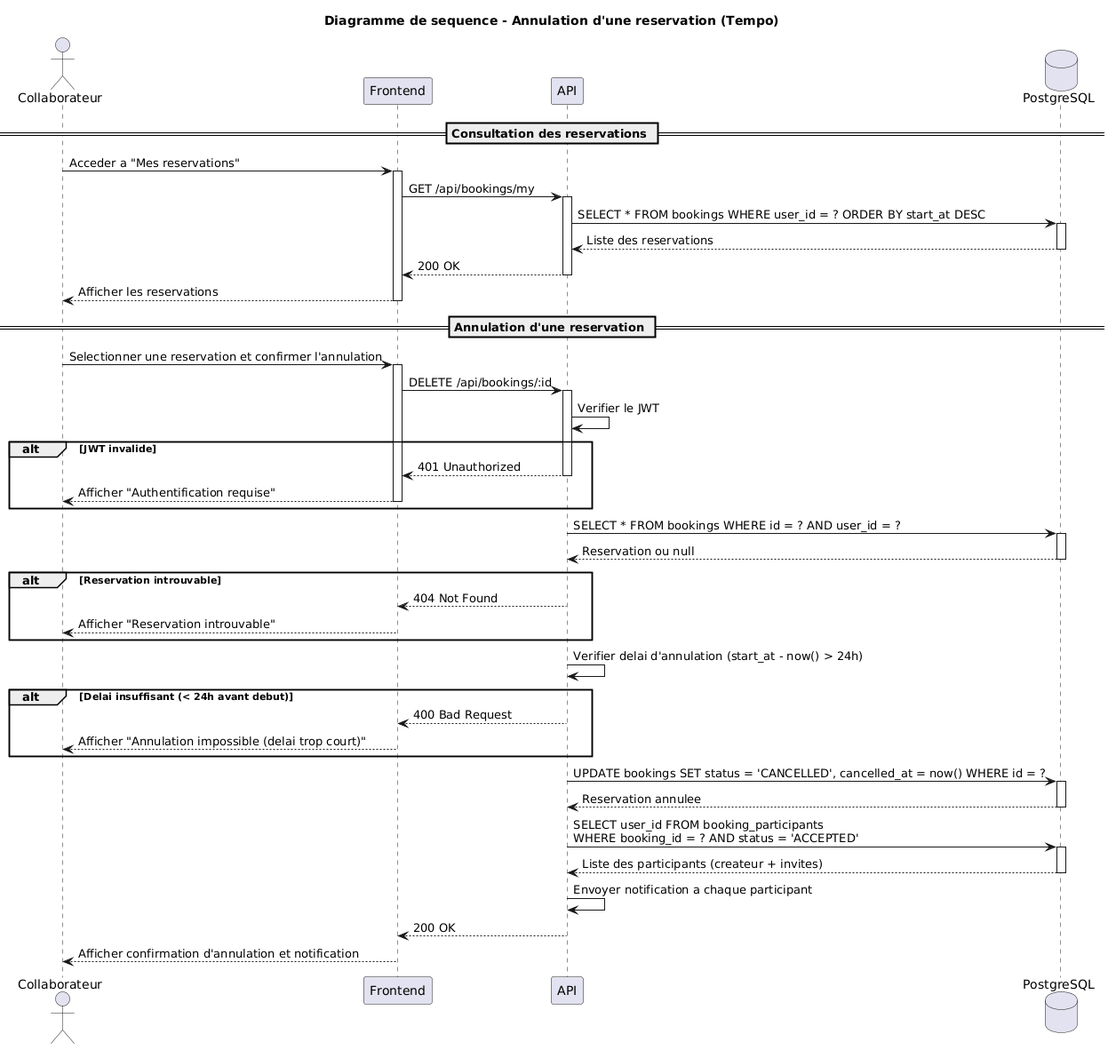
Above: diagrams/sequence diagram - annulation reservation.png in Vaalley/tempo (PlantUML), before the change. Source of this version:
```plantuml
@startuml
title Diagramme de sequence - Annulation d'une reservation (Tempo)

actor "Collaborateur" as User
participant "Frontend" as Frontend
participant "API" as API
database "PostgreSQL" as DB

== Consultation des reservations ==

User -> Frontend : Acceder a "Mes reservations"
activate Frontend

Frontend -> API : GET /api/bookings/my
activate API

API -> DB : SELECT * FROM bookings WHERE user_id = ? ORDER BY start_at DESC
activate DB
DB --> API : Liste des reservations
deactivate DB

API --> Frontend : 200 OK
deactivate API

Frontend --> User : Afficher les reservations
deactivate Frontend

== Annulation d'une reservation ==

User -> Frontend : Selectionner une reservation et confirmer l'annulation
activate Frontend

Frontend -> API : DELETE /api/bookings/:id
activate API

API -> API : Verifier le JWT

alt JWT invalide
    API --> Frontend : 401 Unauthorized
    deactivate API
    Frontend --> User : Afficher "Authentification requise"
    deactivate Frontend
end

API -> DB : SELECT * FROM bookings WHERE id = ? AND user_id = ?
activate DB
DB --> API : Reservation ou null
deactivate DB

alt Reservation introuvable
    API --> Frontend : 404 Not Found
    deactivate API
    Frontend --> User : Afficher "Reservation introuvable"
    deactivate Frontend
end

API -> API : Verifier delai d'annulation (start_at - now() > 24h)

alt Delai insuffisant (< 24h avant debut)
    API --> Frontend : 400 Bad Request
    deactivate API
    Frontend --> User : Afficher "Annulation impossible (delai trop court)"
    deactivate Frontend
end

API -> DB : UPDATE bookings SET status = 'CANCELLED', cancelled_at = now() WHERE id = ?
activate DB
DB --> API : Reservation annulee
deactivate DB

API -> DB : SELECT user_id FROM booking_participants\nWHERE booking_id = ? AND status = 'ACCEPTED'
activate DB
DB --> API : Liste des participants (createur + invites)
deactivate DB

API -> API : Envoyer notification a chaque participant

API --> Frontend : 200 OK
deactivate API

Frontend --> User : Afficher confirmation d'annulation et notification
deactivate Frontend
@enduml
```
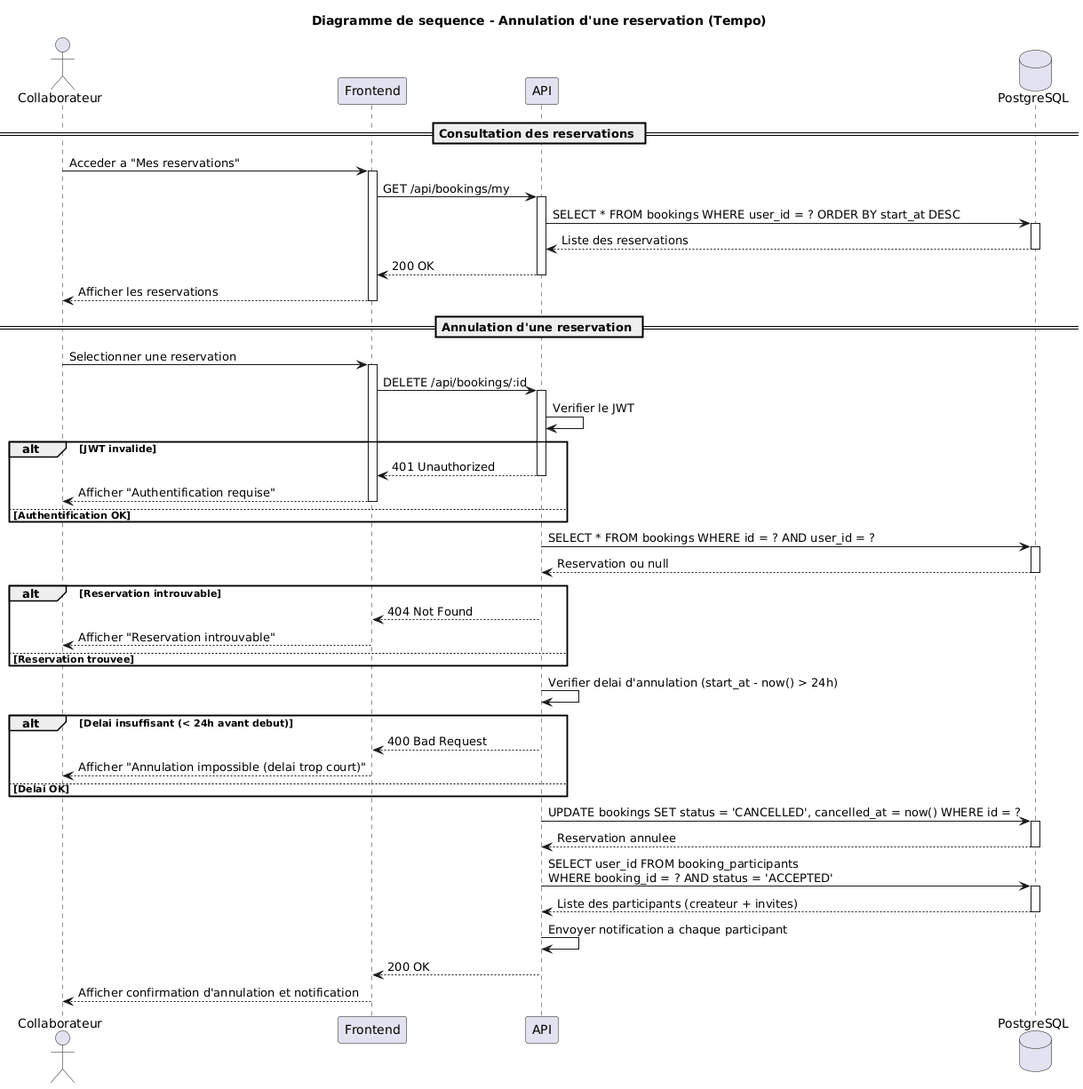
After the commit.

Commit message:
docs: improve sequence diagram formatting and add explicit flow branches

Diff of the diagram source:
```diff
@@ -27,7 +27,7 @@
 
 == Annulation d'une reservation ==
 
-User -> Frontend : Selectionner une reservation et confirmer l'annulation
+User -> Frontend : Selectionner une reservation
 activate Frontend
 
 Frontend -> API : DELETE /api/bookings/:id
@@ -40,6 +40,7 @@
     deactivate API
     Frontend --> User : Afficher "Authentification requise"
     deactivate Frontend
+else Authentification OK
 end
 
 API -> DB : SELECT * FROM bookings WHERE id = ? AND user_id = ?
@@ -52,6 +53,7 @@
     deactivate API
     Frontend --> User : Afficher "Reservation introuvable"
     deactivate Frontend
+else Reservation trouvee
 end
 
 API -> API : Verifier delai d'annulation (start_at - now() > 24h)
@@ -61,6 +63,7 @@
     deactivate API
     Frontend --> User : Afficher "Annulation impossible (delai trop court)"
     deactivate Frontend
+else Delai OK
 end
 
 API -> DB : UPDATE bookings SET status = 'CANCELLED', cancelled_at = now() WHERE id = ?
```
